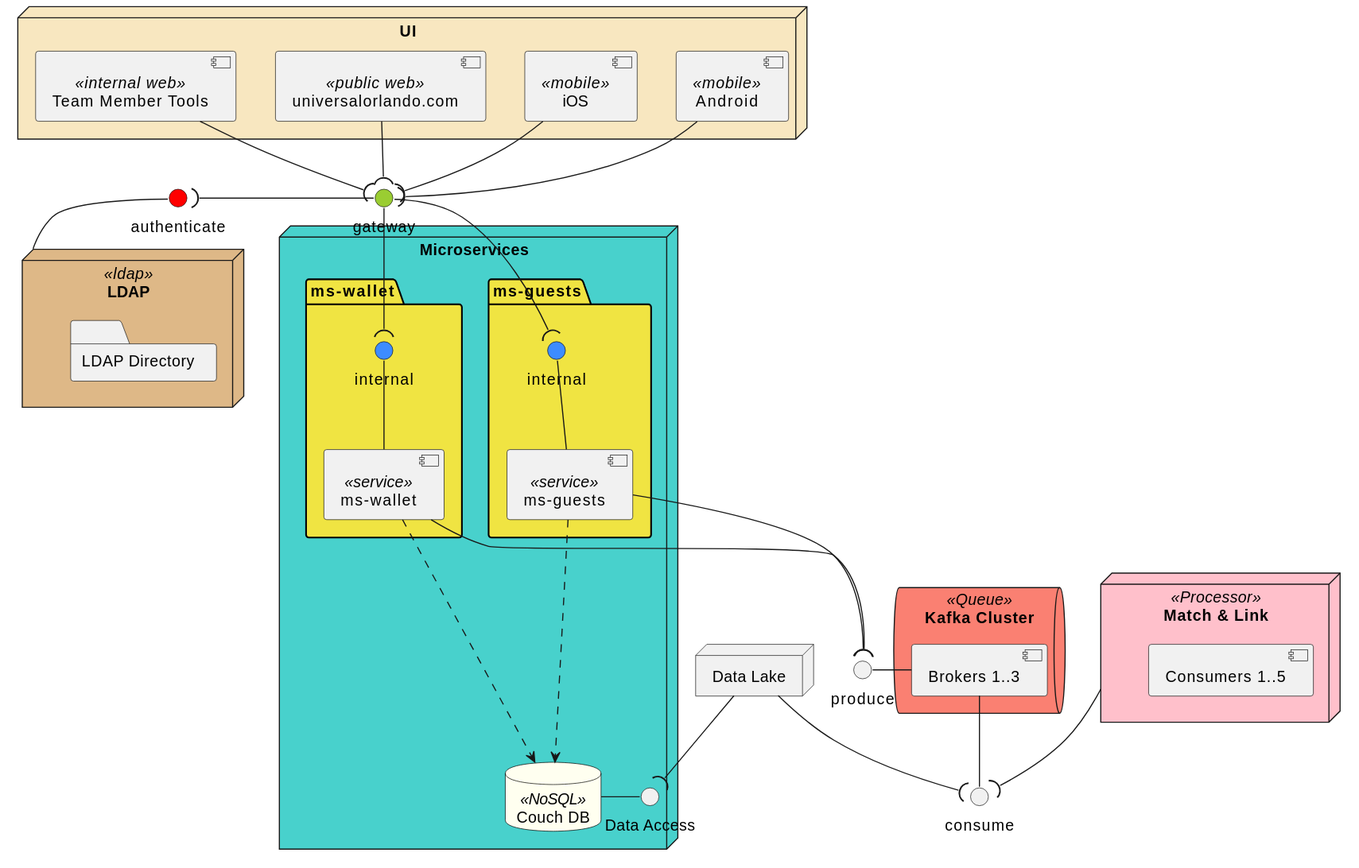
This is dist/assets/diagrams/component/mdm-ae-kafka.svg from kaaljabr/presentation, a PlantUML export, as it was before one commit. Its diagram source:
```plantuml
@startuml

skinparam database {
    backgroundColor Ivory
    borderColor black
}

skinparam package {
    backgroundColor #F0E442
}

interface gateway #YellowGreen
interface authenticate #Red
interface produce as kafka_produce
interface consume as kafka_consume

node "UI" #Strategy {
    component "Android" as android <<mobile>>
    component "iOS" as ios <<mobile>>
    component "universalorlando.com" as web <<public web>>
    component "Team Member Tools" as teammember <<internal web>>
}

node "LDAP" as ldap <<ldap>> #BurlyWood {
    folder "LDAP Directory" as ldap_dir
}

node "Microservices" #MediumTurquoise {

    package "ms-guests" as guests_package {
        interface internal as guests_internal #3D8CFF
        component "ms-guests" as ms_guests <<service>>
        guests_internal -- ms_guests
    }
    package "ms-wallet" as wallet_package {
        interface internal as wallet_internal #3D8CFF
        component "ms-wallet" as ms_wallet <<service>>
        wallet_internal -- ms_wallet
    }
    database "Couch DB" as couch_db <<NoSQL>>
    interface "Data Access" as nosql_data_access
}

queue "Kafka Cluster" as kafka <<Queue>> #Salmon {
    component "Brokers 1..3" as kafka_brokers
}

node "Match & Link" as match_link <<Processor>> #Pink {
    component "Consumers 1..5" as consumer_1
}

node "Data Lake" as data_lake

gateway --( guests_internal
gateway --( wallet_internal

ms_guests --.> couch_db
ms_wallet --.> couch_db
couch_db -right- nosql_data_access
data_lake --( nosql_data_access

android --( gateway
ios --( gateway
web --( gateway
teammember --( gateway

authenticate -- ldap
gateway -left-( authenticate

kafka_brokers -right- kafka_produce
kafka_brokers -- kafka_consume
ms_guests --( kafka_produce
ms_wallet --( kafka_produce
match_link --( kafka_consume
data_lake --( kafka_consume

@enduml
```
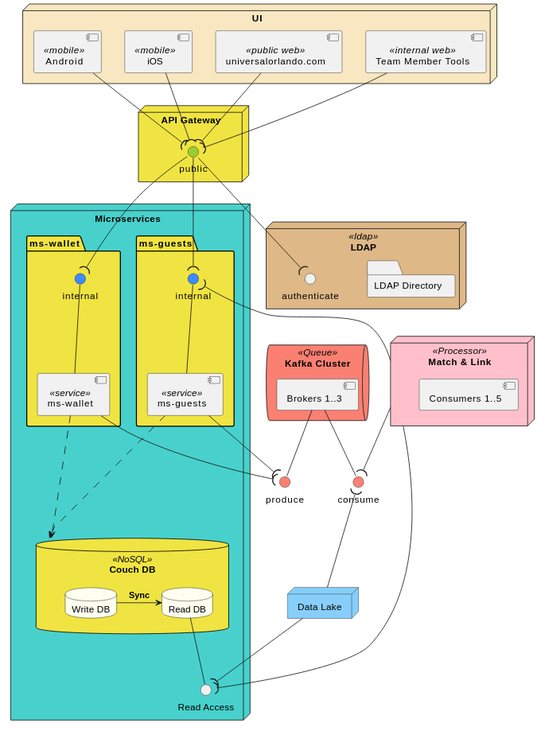
The same file after the commit.

Diff of the diagram source:
```diff
@@ -9,10 +9,9 @@
     backgroundColor #F0E442
 }
 
-interface gateway #YellowGreen
-interface authenticate #Red
-interface produce as kafka_produce
-interface consume as kafka_consume
+node "API Gateway" as gateway {
+    interface public #YellowGreen
+}
 
 node "UI" #Strategy {
     component "Android" as android <<mobile>>
@@ -23,6 +22,7 @@
 
 node "LDAP" as ldap <<ldap>> #BurlyWood {
     folder "LDAP Directory" as ldap_dir
+    interface authenticate
 }
 
 node "Microservices" #MediumTurquoise {
@@ -37,41 +37,51 @@
         component "ms-wallet" as ms_wallet <<service>>
         wallet_internal -- ms_wallet
     }
-    database "Couch DB" as couch_db <<NoSQL>>
-    interface "Data Access" as nosql_data_access
+    database "Couch DB" as couch_db <<NoSQL>> {
+        database "Read DB" as read_db
+        database "Write DB" as write_db
+        write_db -right-> read_db :**Sync**
+    }
+    interface "Read Access" as nosql_read_access
+    read_db -- nosql_read_access
 }
 
 queue "Kafka Cluster" as kafka <<Queue>> #Salmon {
     component "Brokers 1..3" as kafka_brokers
+
 }
+
+interface produce as kafka_produce #Salmon
+interface consume as kafka_consume #Salmon
 
 node "Match & Link" as match_link <<Processor>> #Pink {
     component "Consumers 1..5" as consumer_1
 }
 
-node "Data Lake" as data_lake
+node "Data Lake" as data_lake #LightSkyBlue
 
-gateway --( guests_internal
-gateway --( wallet_internal
+public --( guests_internal
+public --( wallet_internal
 
 ms_guests --.> couch_db
 ms_wallet --.> couch_db
-couch_db -right- nosql_data_access
-data_lake --( nosql_data_access
 
-android --( gateway
-ios --( gateway
-web --( gateway
-teammember --( gateway
+data_lake --( nosql_read_access
+match_link --( nosql_read_access
 
-authenticate -- ldap
-gateway -left-( authenticate
+android --( public
+ios --( public
+web --( public
+teammember --( public
 
-kafka_brokers -right- kafka_produce
+public --( authenticate
+
+kafka_brokers -- kafka_produce
 kafka_brokers -- kafka_consume
 ms_guests --( kafka_produce
 ms_wallet --( kafka_produce
 match_link --( kafka_consume
-data_lake --( kafka_consume
+match_link -up-( guests_internal
+data_lake -up-( kafka_consume
 
 @enduml
```
